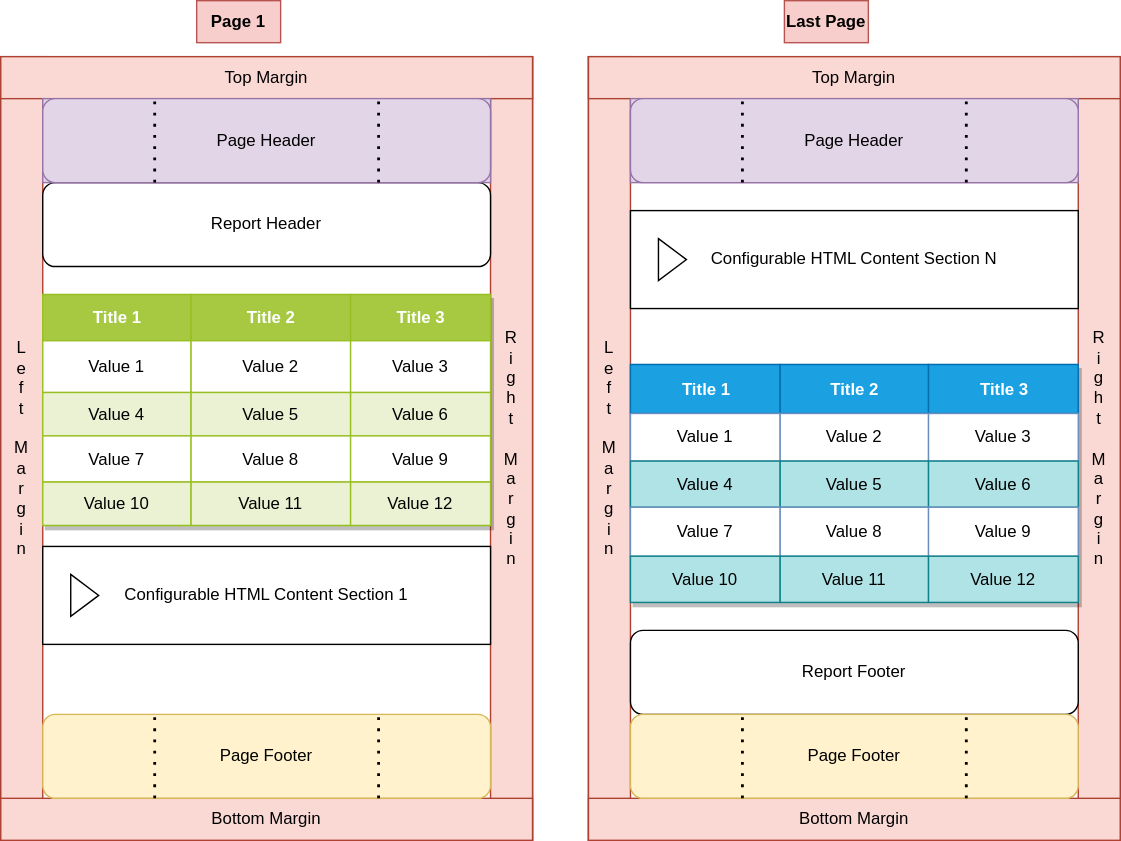
Above: diagrams/PageLayout.drawio.svg in tmasabari/AptTecReports (draw.io), before the change. Source tidied: cells renumbered, new cells last; positions are measured from the earlier drawing's top-left corner, leaving out a move shared by most shapes. Source of this version:
```xml
<mxGraphModel>
  <root>
    <mxCell id="0" />
    <mxCell id="1" parent="0" />
    <mxCell id="2" style="rounded=0;whiteSpace=wrap;html=1;" parent="1" vertex="1">
      <mxGeometry y="40" width="380" height="560" as="geometry" />
    </mxCell>
    <mxCell id="3" value="L&lt;br&gt;e&lt;br&gt;f&lt;br&gt;t&lt;br&gt;&lt;br&gt;M&lt;br&gt;a&lt;br&gt;r&lt;br&gt;g&lt;br&gt;i&lt;br&gt;n" style="rounded=0;whiteSpace=wrap;html=1;fillColor=#fad9d5;strokeColor=#ae4132;" parent="1" vertex="1">
      <mxGeometry y="40" width="30" height="560" as="geometry" />
    </mxCell>
    <mxCell id="4" value="R&lt;br&gt;i&lt;br&gt;g&lt;br&gt;h&lt;br&gt;t&lt;br&gt;&lt;br&gt;M&lt;br&gt;a&lt;br&gt;r&lt;br&gt;g&lt;br&gt;i&lt;br&gt;n" style="rounded=0;whiteSpace=wrap;html=1;fillColor=#fad9d5;strokeColor=#ae4132;" parent="1" vertex="1">
      <mxGeometry x="350" y="40" width="30" height="560" as="geometry" />
    </mxCell>
    <mxCell id="5" value="Top Margin" style="rounded=0;whiteSpace=wrap;html=1;fillColor=#fad9d5;strokeColor=#ae4132;" parent="1" vertex="1">
      <mxGeometry y="40" width="380" height="30" as="geometry" />
    </mxCell>
    <mxCell id="6" value="Bottom Margin" style="rounded=0;whiteSpace=wrap;html=1;fillColor=#fad9d5;strokeColor=#ae4132;" parent="1" vertex="1">
      <mxGeometry y="570" width="380" height="30" as="geometry" />
    </mxCell>
    <mxCell id="7" value="Page 1" style="text;html=1;strokeColor=#b85450;fillColor=#f8cecc;align=center;verticalAlign=middle;whiteSpace=wrap;rounded=0;fontStyle=1;" parent="1" vertex="1">
      <mxGeometry x="140" width="60" height="30" as="geometry" />
    </mxCell>
    <mxCell id="8" style="rounded=0;whiteSpace=wrap;html=1;" parent="1" vertex="1">
      <mxGeometry x="420" y="40" width="380" height="560" as="geometry" />
    </mxCell>
    <mxCell id="9" value="L&lt;br&gt;e&lt;br&gt;f&lt;br&gt;t&lt;br&gt;&lt;br&gt;M&lt;br&gt;a&lt;br&gt;r&lt;br&gt;g&lt;br&gt;i&lt;br&gt;n" style="rounded=0;whiteSpace=wrap;html=1;fillColor=#fad9d5;strokeColor=#ae4132;" parent="1" vertex="1">
      <mxGeometry x="420" y="40" width="30" height="560" as="geometry" />
    </mxCell>
    <mxCell id="10" value="R&lt;br&gt;i&lt;br&gt;g&lt;br&gt;h&lt;br&gt;t&lt;br&gt;&lt;br&gt;M&lt;br&gt;a&lt;br&gt;r&lt;br&gt;g&lt;br&gt;i&lt;br&gt;n" style="rounded=0;whiteSpace=wrap;html=1;fillColor=#fad9d5;strokeColor=#ae4132;" parent="1" vertex="1">
      <mxGeometry x="770" y="40" width="30" height="560" as="geometry" />
    </mxCell>
    <mxCell id="11" value="Top Margin" style="rounded=0;whiteSpace=wrap;html=1;fillColor=#fad9d5;strokeColor=#ae4132;" parent="1" vertex="1">
      <mxGeometry x="420" y="40" width="380" height="30" as="geometry" />
    </mxCell>
    <mxCell id="12" value="Bottom Margin" style="rounded=0;whiteSpace=wrap;html=1;fillColor=#fad9d5;strokeColor=#ae4132;" parent="1" vertex="1">
      <mxGeometry x="420" y="570" width="380" height="30" as="geometry" />
    </mxCell>
    <mxCell id="13" value="Last Page" style="text;html=1;strokeColor=#b85450;fillColor=#f8cecc;align=center;verticalAlign=middle;whiteSpace=wrap;rounded=0;fontStyle=1;" parent="1" vertex="1">
      <mxGeometry x="560" width="60" height="30" as="geometry" />
    </mxCell>
    <mxCell id="14" value="Report Header" style="rounded=1;whiteSpace=wrap;html=1;" parent="1" vertex="1">
      <mxGeometry x="30" y="130" width="320" height="60" as="geometry" />
    </mxCell>
    <mxCell id="15" value="Report Footer" style="rounded=1;whiteSpace=wrap;html=1;" parent="1" vertex="1">
      <mxGeometry x="450" y="450" width="320" height="60" as="geometry" />
    </mxCell>
    <mxCell id="16" value="Configurable HTML Content Section 1" style="html=1;whiteSpace=wrap;" parent="1" vertex="1">
      <mxGeometry x="30" y="390" width="320" height="70" as="geometry" />
    </mxCell>
    <mxCell id="17" style="triangle;html=1;whiteSpace=wrap;" parent="16" vertex="1">
      <mxGeometry x="20" y="20" width="20" height="30" as="geometry" />
    </mxCell>
    <mxCell id="18" value="Configurable HTML Content Section N" style="html=1;whiteSpace=wrap;" parent="1" vertex="1">
      <mxGeometry x="450" y="150" width="320" height="70" as="geometry" />
    </mxCell>
    <mxCell id="19" style="triangle;html=1;whiteSpace=wrap;" parent="18" vertex="1">
      <mxGeometry x="20" y="20" width="20" height="30" as="geometry" />
    </mxCell>
    <mxCell id="20" value="Assets" style="strokeColor=#98bf21;fillColor=#A7C942;shadow=1;" parent="1" vertex="1">
      <mxGeometry x="30" y="210" width="320" height="165" as="geometry" />
    </mxCell>
    <mxCell id="21" style="shape=tableRow;horizontal=0;startSize=0;swimlaneHead=0;swimlaneBody=0;top=0;left=0;bottom=0;right=0;fontStyle=0;strokeColor=inherit;fillColor=#ffffff;" parent="20" vertex="1">
      <mxGeometry width="320" height="33" as="geometry" />
    </mxCell>
    <mxCell id="22" value="Title 1" style="strokeColor=inherit;fillColor=#A7C942;align=center;fontStyle=1;fontColor=#FFFFFF;html=1;" parent="21" vertex="1">
      <mxGeometry width="106" height="33" as="geometry" />
    </mxCell>
    <mxCell id="23" value="Title 2" style="strokeColor=inherit;fillColor=#A7C942;align=center;fontStyle=1;fontColor=#FFFFFF;html=1;" parent="21" vertex="1">
      <mxGeometry x="106" width="114" height="33" as="geometry" />
    </mxCell>
    <mxCell id="24" value="Title 3" style="strokeColor=inherit;fillColor=#A7C942;align=center;fontStyle=1;fontColor=#FFFFFF;html=1;" parent="21" vertex="1">
      <mxGeometry x="220" width="100" height="33" as="geometry" />
    </mxCell>
    <mxCell id="25" style="shape=tableRow;horizontal=0;startSize=0;swimlaneHead=0;swimlaneBody=0;top=0;left=0;bottom=0;right=0;fontStyle=0;strokeColor=inherit;fillColor=#ffffff;" parent="20" vertex="1">
      <mxGeometry y="33" width="320" height="37" as="geometry" />
    </mxCell>
    <mxCell id="26" value="Value 1" style="strokeColor=inherit;fillColor=inherit;align=center;whiteSpace=wrap;html=1;" parent="25" vertex="1">
      <mxGeometry width="106" height="37" as="geometry" />
    </mxCell>
    <mxCell id="27" value="Value 2" style="strokeColor=inherit;fillColor=inherit;align=center;whiteSpace=wrap;html=1;" parent="25" vertex="1">
      <mxGeometry x="106" width="114" height="37" as="geometry" />
    </mxCell>
    <mxCell id="28" value="Value 3" style="strokeColor=inherit;fillColor=inherit;align=center;whiteSpace=wrap;html=1;" parent="25" vertex="1">
      <mxGeometry x="220" width="100" height="37" as="geometry" />
    </mxCell>
    <mxCell id="29" style="shape=tableRow;horizontal=0;startSize=0;swimlaneHead=0;swimlaneBody=0;top=0;left=0;bottom=0;right=0;fontStyle=1;strokeColor=inherit;fillColor=#EAF2D3;" parent="20" vertex="1">
      <mxGeometry y="70" width="320" height="31" as="geometry" />
    </mxCell>
    <mxCell id="30" value="Value 4" style="strokeColor=inherit;fillColor=inherit;whiteSpace=wrap;html=1;" parent="29" vertex="1">
      <mxGeometry width="106" height="31" as="geometry" />
    </mxCell>
    <mxCell id="31" value="Value 5" style="strokeColor=inherit;fillColor=inherit;whiteSpace=wrap;html=1;" parent="29" vertex="1">
      <mxGeometry x="106" width="114" height="31" as="geometry" />
    </mxCell>
    <mxCell id="32" value="Value 6" style="strokeColor=inherit;fillColor=inherit;whiteSpace=wrap;html=1;" parent="29" vertex="1">
      <mxGeometry x="220" width="100" height="31" as="geometry" />
    </mxCell>
    <mxCell id="33" style="shape=tableRow;horizontal=0;startSize=0;swimlaneHead=0;swimlaneBody=0;top=0;left=0;bottom=0;right=0;fontStyle=0;strokeColor=inherit;fillColor=#ffffff;" parent="20" vertex="1">
      <mxGeometry y="101" width="320" height="33" as="geometry" />
    </mxCell>
    <mxCell id="34" value="Value 7" style="strokeColor=inherit;fillColor=inherit;fontStyle=0;align=center;whiteSpace=wrap;html=1;" parent="33" vertex="1">
      <mxGeometry width="106" height="33" as="geometry" />
    </mxCell>
    <mxCell id="35" value="Value 8" style="strokeColor=inherit;fillColor=inherit;fontStyle=0;align=center;whiteSpace=wrap;html=1;" parent="33" vertex="1">
      <mxGeometry x="106" width="114" height="33" as="geometry" />
    </mxCell>
    <mxCell id="36" value="Value 9" style="strokeColor=inherit;fillColor=inherit;fontStyle=0;align=center;whiteSpace=wrap;html=1;" parent="33" vertex="1">
      <mxGeometry x="220" width="100" height="33" as="geometry" />
    </mxCell>
    <mxCell id="37" style="shape=tableRow;horizontal=0;startSize=0;swimlaneHead=0;swimlaneBody=0;top=0;left=0;bottom=0;right=0;fontStyle=1;strokeColor=inherit;fillColor=#EAF2D3;" parent="20" vertex="1">
      <mxGeometry y="134" width="320" height="31" as="geometry" />
    </mxCell>
    <mxCell id="38" value="Value 10" style="strokeColor=inherit;fillColor=inherit;whiteSpace=wrap;html=1;" parent="37" vertex="1">
      <mxGeometry width="106" height="31" as="geometry" />
    </mxCell>
    <mxCell id="39" value="Value 11" style="strokeColor=inherit;fillColor=inherit;whiteSpace=wrap;html=1;" parent="37" vertex="1">
      <mxGeometry x="106" width="114" height="31" as="geometry" />
    </mxCell>
    <mxCell id="40" value="Value 12" style="strokeColor=inherit;fillColor=inherit;whiteSpace=wrap;html=1;" parent="37" vertex="1">
      <mxGeometry x="220" width="100" height="31" as="geometry" />
    </mxCell>
    <mxCell id="41" style="group;fillColor=#e1d5e7;strokeColor=#9673a6;" parent="1" vertex="1">
      <mxGeometry x="30" y="70" width="320" height="60" as="geometry" />
    </mxCell>
    <mxCell id="42" value="Page Header" style="rounded=1;whiteSpace=wrap;html=1;fillColor=#e1d5e7;strokeColor=#9673a6;" parent="41" vertex="1">
      <mxGeometry width="320" height="60" as="geometry" />
    </mxCell>
    <mxCell id="43" style="endArrow=none;dashed=1;html=1;dashPattern=1 3;strokeWidth=2;entryX=0.25;entryY=0;entryDx=0;entryDy=0;exitX=0.25;exitY=1;exitDx=0;exitDy=0;" parent="41" edge="1" source="42" target="42">
      <mxGeometry relative="1" as="geometry" />
    </mxCell>
    <mxCell id="44" style="endArrow=none;dashed=1;html=1;dashPattern=1 3;strokeWidth=2;entryX=0.75;entryY=0;entryDx=0;entryDy=0;exitX=0.75;exitY=1;exitDx=0;exitDy=0;" parent="41" edge="1" source="42" target="42">
      <mxGeometry relative="1" as="geometry" />
    </mxCell>
    <mxCell id="45" style="group;fillColor=#e1d5e7;strokeColor=#9673a6;" parent="1" vertex="1">
      <mxGeometry x="450" y="70" width="320" height="60" as="geometry" />
    </mxCell>
    <mxCell id="46" value="Page Header" style="rounded=1;whiteSpace=wrap;html=1;fillColor=#e1d5e7;strokeColor=#9673a6;" parent="45" vertex="1">
      <mxGeometry width="320" height="60" as="geometry" />
    </mxCell>
    <mxCell id="47" style="endArrow=none;dashed=1;html=1;dashPattern=1 3;strokeWidth=2;entryX=0.25;entryY=0;entryDx=0;entryDy=0;exitX=0.25;exitY=1;exitDx=0;exitDy=0;" parent="45" edge="1" source="46" target="46">
      <mxGeometry relative="1" as="geometry" />
    </mxCell>
    <mxCell id="48" style="endArrow=none;dashed=1;html=1;dashPattern=1 3;strokeWidth=2;entryX=0.75;entryY=0;entryDx=0;entryDy=0;exitX=0.75;exitY=1;exitDx=0;exitDy=0;" parent="45" edge="1" source="46" target="46">
      <mxGeometry relative="1" as="geometry" />
    </mxCell>
    <mxCell id="49" style="group;" parent="1" vertex="1">
      <mxGeometry x="30" y="510" width="320" height="60" as="geometry" />
    </mxCell>
    <mxCell id="50" value="Page Footer" style="rounded=1;whiteSpace=wrap;html=1;fillColor=#fff2cc;strokeColor=#d6b656;" parent="49" vertex="1">
      <mxGeometry width="320" height="60" as="geometry" />
    </mxCell>
    <mxCell id="51" style="endArrow=none;dashed=1;html=1;dashPattern=1 3;strokeWidth=2;entryX=0.25;entryY=0;entryDx=0;entryDy=0;exitX=0.25;exitY=1;exitDx=0;exitDy=0;" parent="49" edge="1" source="50" target="50">
      <mxGeometry relative="1" as="geometry" />
    </mxCell>
    <mxCell id="52" style="endArrow=none;dashed=1;html=1;dashPattern=1 3;strokeWidth=2;entryX=0.75;entryY=0;entryDx=0;entryDy=0;exitX=0.75;exitY=1;exitDx=0;exitDy=0;" parent="49" edge="1" source="50" target="50">
      <mxGeometry relative="1" as="geometry" />
    </mxCell>
    <mxCell id="53" style="group;" parent="1" vertex="1">
      <mxGeometry x="450" y="510" width="320" height="60" as="geometry" />
    </mxCell>
    <mxCell id="54" value="Page Footer" style="rounded=1;whiteSpace=wrap;html=1;fillColor=#fff2cc;strokeColor=#d6b656;" parent="53" vertex="1">
      <mxGeometry width="320" height="60" as="geometry" />
    </mxCell>
    <mxCell id="55" style="endArrow=none;dashed=1;html=1;dashPattern=1 3;strokeWidth=2;entryX=0.25;entryY=0;entryDx=0;entryDy=0;exitX=0.25;exitY=1;exitDx=0;exitDy=0;" parent="53" edge="1" source="54" target="54">
      <mxGeometry relative="1" as="geometry" />
    </mxCell>
    <mxCell id="56" style="endArrow=none;dashed=1;html=1;dashPattern=1 3;strokeWidth=2;entryX=0.75;entryY=0;entryDx=0;entryDy=0;exitX=0.75;exitY=1;exitDx=0;exitDy=0;" parent="53" edge="1" source="54" target="54">
      <mxGeometry relative="1" as="geometry" />
    </mxCell>
    <mxCell id="57" value="Assets" style="strokeColor=#6c8ebf;fillColor=#dae8fc;shadow=1;" parent="1" vertex="1">
      <mxGeometry x="450" y="260" width="320" height="170" as="geometry" />
    </mxCell>
    <mxCell id="58" style="shape=tableRow;horizontal=0;startSize=0;swimlaneHead=0;swimlaneBody=0;top=0;left=0;bottom=0;right=0;fontStyle=0;strokeColor=inherit;fillColor=#ffffff;" parent="57" vertex="1">
      <mxGeometry width="320" height="35" as="geometry" />
    </mxCell>
    <mxCell id="59" value="Title 1" style="strokeColor=#006EAF;fillColor=#1ba1e2;align=center;fontStyle=1;html=1;fontColor=#ffffff;" parent="58" vertex="1">
      <mxGeometry width="107" height="35" as="geometry" />
    </mxCell>
    <mxCell id="60" value="Title 2" style="strokeColor=#006EAF;fillColor=#1ba1e2;align=center;fontStyle=1;html=1;fontColor=#ffffff;" parent="58" vertex="1">
      <mxGeometry x="107" width="106" height="35" as="geometry" />
    </mxCell>
    <mxCell id="61" value="Title 3" style="strokeColor=#006EAF;fillColor=#1ba1e2;align=center;fontStyle=1;html=1;fontColor=#ffffff;" parent="58" vertex="1">
      <mxGeometry x="213" width="107" height="35" as="geometry" />
    </mxCell>
    <mxCell id="62" style="shape=tableRow;horizontal=0;startSize=0;swimlaneHead=0;swimlaneBody=0;top=0;left=0;bottom=0;right=0;fontStyle=0;strokeColor=inherit;fillColor=#ffffff;" parent="57" vertex="1">
      <mxGeometry y="35" width="320" height="34" as="geometry" />
    </mxCell>
    <mxCell id="63" value="Value 1" style="strokeColor=inherit;fillColor=inherit;align=center;whiteSpace=wrap;html=1;" parent="62" vertex="1">
      <mxGeometry width="107" height="34" as="geometry" />
    </mxCell>
    <mxCell id="64" value="Value 2" style="strokeColor=inherit;fillColor=inherit;align=center;whiteSpace=wrap;html=1;" parent="62" vertex="1">
      <mxGeometry x="107" width="106" height="34" as="geometry" />
    </mxCell>
    <mxCell id="65" value="Value 3" style="strokeColor=inherit;fillColor=inherit;align=center;whiteSpace=wrap;html=1;" parent="62" vertex="1">
      <mxGeometry x="213" width="107" height="34" as="geometry" />
    </mxCell>
    <mxCell id="66" style="shape=tableRow;horizontal=0;startSize=0;swimlaneHead=0;swimlaneBody=0;top=0;left=0;bottom=0;right=0;fontStyle=1;strokeColor=inherit;fillColor=#EAF2D3;" parent="57" vertex="1">
      <mxGeometry y="69" width="320" height="33" as="geometry" />
    </mxCell>
    <mxCell id="67" value="Value 4" style="strokeColor=#0e8088;fillColor=#b0e3e6;whiteSpace=wrap;html=1;" parent="66" vertex="1">
      <mxGeometry width="107" height="33" as="geometry" />
    </mxCell>
    <mxCell id="68" value="Value 5" style="strokeColor=#0e8088;fillColor=#b0e3e6;whiteSpace=wrap;html=1;" parent="66" vertex="1">
      <mxGeometry x="107" width="106" height="33" as="geometry" />
    </mxCell>
    <mxCell id="69" value="Value 6" style="strokeColor=#0e8088;fillColor=#b0e3e6;whiteSpace=wrap;html=1;" parent="66" vertex="1">
      <mxGeometry x="213" width="107" height="33" as="geometry" />
    </mxCell>
    <mxCell id="70" style="shape=tableRow;horizontal=0;startSize=0;swimlaneHead=0;swimlaneBody=0;top=0;left=0;bottom=0;right=0;fontStyle=0;strokeColor=inherit;fillColor=#ffffff;" parent="57" vertex="1">
      <mxGeometry y="102" width="320" height="35" as="geometry" />
    </mxCell>
    <mxCell id="71" value="Value 7" style="strokeColor=inherit;fillColor=inherit;fontStyle=0;align=center;whiteSpace=wrap;html=1;" parent="70" vertex="1">
      <mxGeometry width="107" height="35" as="geometry" />
    </mxCell>
    <mxCell id="72" value="Value 8" style="strokeColor=inherit;fillColor=inherit;fontStyle=0;align=center;whiteSpace=wrap;html=1;" parent="70" vertex="1">
      <mxGeometry x="107" width="106" height="35" as="geometry" />
    </mxCell>
    <mxCell id="73" value="Value 9" style="strokeColor=inherit;fillColor=inherit;fontStyle=0;align=center;whiteSpace=wrap;html=1;" parent="70" vertex="1">
      <mxGeometry x="213" width="107" height="35" as="geometry" />
    </mxCell>
    <mxCell id="74" style="shape=tableRow;horizontal=0;startSize=0;swimlaneHead=0;swimlaneBody=0;top=0;left=0;bottom=0;right=0;fontStyle=1;strokeColor=inherit;fillColor=#EAF2D3;" parent="57" vertex="1">
      <mxGeometry y="137" width="320" height="33" as="geometry" />
    </mxCell>
    <mxCell id="75" value="Value 10" style="strokeColor=#0e8088;fillColor=#b0e3e6;whiteSpace=wrap;html=1;" parent="74" vertex="1">
      <mxGeometry width="107" height="33" as="geometry" />
    </mxCell>
    <mxCell id="76" value="Value 11" style="strokeColor=#0e8088;fillColor=#b0e3e6;whiteSpace=wrap;html=1;" parent="74" vertex="1">
      <mxGeometry x="107" width="106" height="33" as="geometry" />
    </mxCell>
    <mxCell id="77" value="Value 12" style="strokeColor=#0e8088;fillColor=#b0e3e6;whiteSpace=wrap;html=1;" parent="74" vertex="1">
      <mxGeometry x="213" width="107" height="33" as="geometry" />
    </mxCell>
  </root>
</mxGraphModel>
```
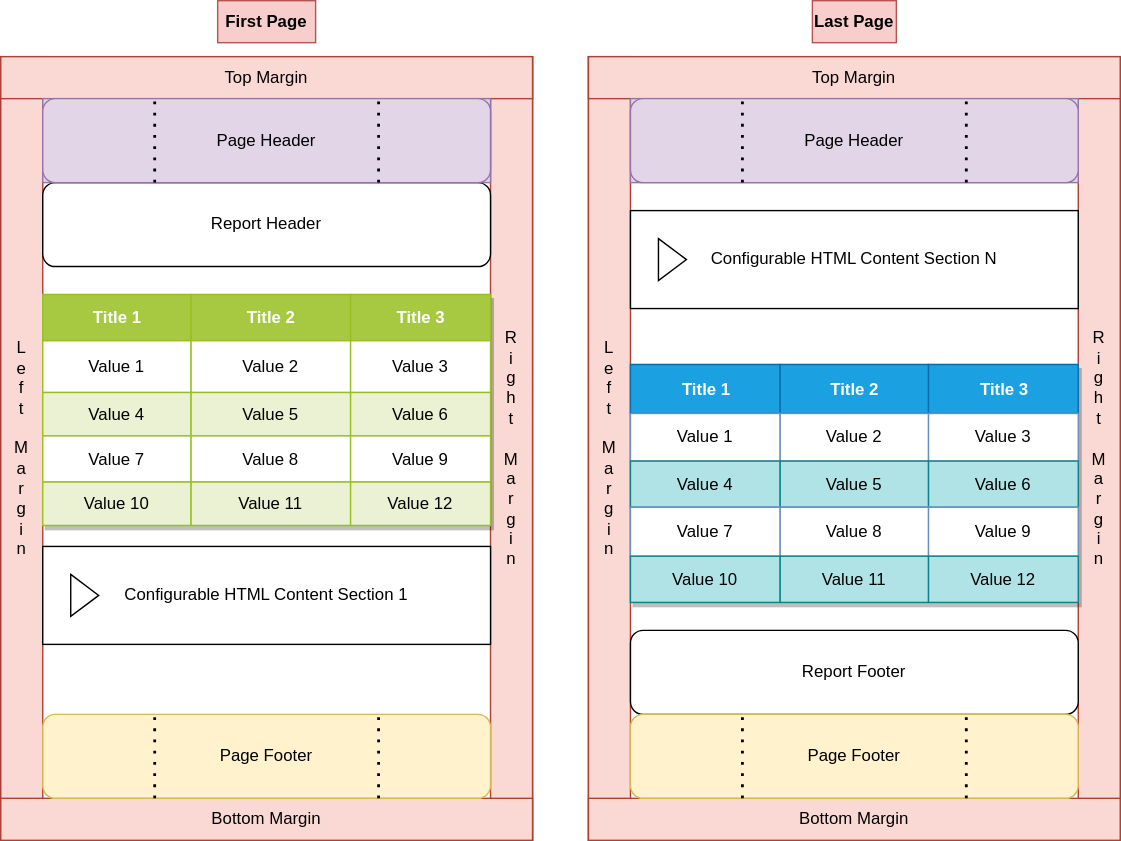
After the change.

Change to the diagram source:
```diff
@@ -17,8 +17,8 @@
     <mxCell id="6" value="Bottom Margin" style="rounded=0;whiteSpace=wrap;html=1;fillColor=#fad9d5;strokeColor=#ae4132;" parent="1" vertex="1">
       <mxGeometry y="570" width="380" height="30" as="geometry" />
     </mxCell>
-    <mxCell id="7" value="Page 1" style="text;html=1;strokeColor=#b85450;fillColor=#f8cecc;align=center;verticalAlign=middle;whiteSpace=wrap;rounded=0;fontStyle=1;" parent="1" vertex="1">
-      <mxGeometry x="140" width="60" height="30" as="geometry" />
+    <mxCell id="7" value="First Page" style="text;html=1;strokeColor=#b85450;fillColor=#f8cecc;align=center;verticalAlign=middle;whiteSpace=wrap;rounded=0;fontStyle=1;" parent="1" vertex="1">
+      <mxGeometry x="155" width="70" height="30" as="geometry" />
     </mxCell>
     <mxCell id="8" style="rounded=0;whiteSpace=wrap;html=1;" parent="1" vertex="1">
       <mxGeometry x="420" y="40" width="380" height="560" as="geometry" />
@@ -36,7 +36,7 @@
       <mxGeometry x="420" y="570" width="380" height="30" as="geometry" />
     </mxCell>
     <mxCell id="13" value="Last Page" style="text;html=1;strokeColor=#b85450;fillColor=#f8cecc;align=center;verticalAlign=middle;whiteSpace=wrap;rounded=0;fontStyle=1;" parent="1" vertex="1">
-      <mxGeometry x="560" width="60" height="30" as="geometry" />
+      <mxGeometry x="580" width="60" height="30" as="geometry" />
     </mxCell>
     <mxCell id="14" value="Report Header" style="rounded=1;whiteSpace=wrap;html=1;" parent="1" vertex="1">
       <mxGeometry x="30" y="130" width="320" height="60" as="geometry" />
```
